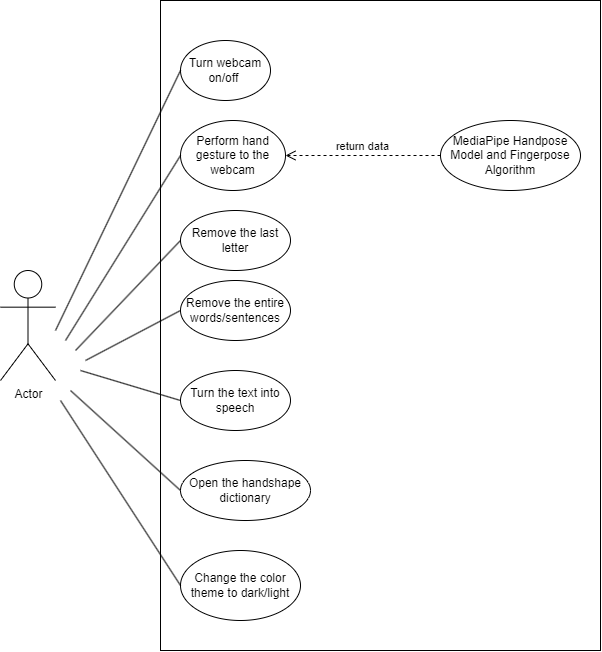
This is use-case.drawio.png from chalvinwz/diagram, a draw.io export, as it was before one commit. Source tidied: cells renumbered, new cells last; positions are measured from the earlier drawing's top-left corner, leaving out a move shared by most shapes.
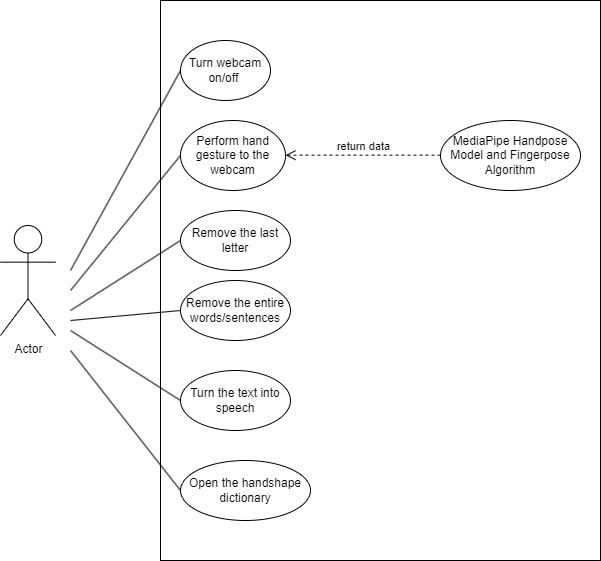
The same file after the commit.

The edit, as a diff of the source:
```diff
@@ -3,10 +3,10 @@
     <mxCell id="0" />
     <mxCell id="1" parent="0" />
     <mxCell id="2" style="rounded=0;whiteSpace=wrap;html=1;" parent="1" vertex="1">
-      <mxGeometry x="160" width="440" height="650" as="geometry" />
+      <mxGeometry x="160" width="440" height="560" as="geometry" />
     </mxCell>
     <mxCell id="3" value="Actor" style="shape=umlActor;verticalLabelPosition=bottom;verticalAlign=top;html=1;" parent="1" vertex="1">
-      <mxGeometry y="270" width="55" height="110" as="geometry" />
+      <mxGeometry y="225" width="55" height="110" as="geometry" />
     </mxCell>
     <mxCell id="4" value="Turn webcam on/off&amp;nbsp;" style="ellipse;whiteSpace=wrap;html=1;" parent="1" vertex="1">
       <mxGeometry x="180" y="40" width="90" height="60" as="geometry" />
@@ -29,44 +29,36 @@
     <mxCell id="10" value="Open the handshape dictionary" style="ellipse;whiteSpace=wrap;html=1;" parent="1" vertex="1">
       <mxGeometry x="180" y="460" width="130" height="60" as="geometry" />
     </mxCell>
-    <mxCell id="11" value="Change the color theme to dark/light" style="ellipse;whiteSpace=wrap;html=1;" parent="1" vertex="1">
-      <mxGeometry x="180" y="550" width="120" height="70" as="geometry" />
-    </mxCell>
     <mxCell id="12" style="endArrow=none;html=1;rounded=0;entryX=0;entryY=0.5;entryDx=0;entryDy=0;" parent="1" edge="1" target="4">
       <mxGeometry relative="1" as="geometry">
-        <mxPoint x="55" y="330" as="sourcePoint" />
+        <mxPoint x="70" y="270" as="sourcePoint" />
       </mxGeometry>
     </mxCell>
     <mxCell id="13" style="endArrow=none;html=1;rounded=0;entryX=0;entryY=0.5;entryDx=0;entryDy=0;" parent="1" edge="1" target="6">
       <mxGeometry relative="1" as="geometry">
-        <mxPoint x="65" y="340" as="sourcePoint" />
+        <mxPoint x="70" y="290" as="sourcePoint" />
       </mxGeometry>
     </mxCell>
     <mxCell id="14" style="endArrow=none;html=1;rounded=0;entryX=0;entryY=0.5;entryDx=0;entryDy=0;" parent="1" edge="1" target="7">
       <mxGeometry relative="1" as="geometry">
-        <mxPoint x="75" y="350" as="sourcePoint" />
+        <mxPoint x="70" y="310" as="sourcePoint" />
       </mxGeometry>
     </mxCell>
     <mxCell id="15" style="endArrow=none;html=1;rounded=0;entryX=0;entryY=0.5;entryDx=0;entryDy=0;" parent="1" edge="1" target="8">
       <mxGeometry relative="1" as="geometry">
-        <mxPoint x="85" y="360" as="sourcePoint" />
+        <mxPoint x="70" y="320" as="sourcePoint" />
       </mxGeometry>
     </mxCell>
     <mxCell id="16" style="endArrow=none;html=1;rounded=0;entryX=0;entryY=0.5;entryDx=0;entryDy=0;" parent="1" edge="1" target="9">
       <mxGeometry relative="1" as="geometry">
-        <mxPoint x="80" y="370" as="sourcePoint" />
+        <mxPoint x="70" y="330" as="sourcePoint" />
       </mxGeometry>
     </mxCell>
     <mxCell id="17" style="endArrow=none;html=1;rounded=0;entryX=0;entryY=0.5;entryDx=0;entryDy=0;" parent="1" edge="1" target="10">
       <mxGeometry relative="1" as="geometry">
-        <mxPoint x="70" y="390" as="sourcePoint" />
+        <mxPoint x="70" y="350" as="sourcePoint" />
       </mxGeometry>
     </mxCell>
-    <mxCell id="18" style="endArrow=none;html=1;rounded=0;entryX=0;entryY=0.5;entryDx=0;entryDy=0;" parent="1" edge="1" target="11">
-      <mxGeometry relative="1" as="geometry">
-        <mxPoint x="60" y="400" as="sourcePoint" />
-      </mxGeometry>
-    </mxCell>
     <mxCell id="19" value="return data" style="html=1;verticalAlign=bottom;endArrow=open;dashed=1;endSize=8;edgeStyle=elbowEdgeStyle;elbow=vertical;curved=0;rounded=0;entryX=1;entryY=0.5;entryDx=0;entryDy=0;" parent="1" edge="1" source="5" target="6">
       <mxGeometry relative="1" as="geometry" />
     </mxCell>
```
